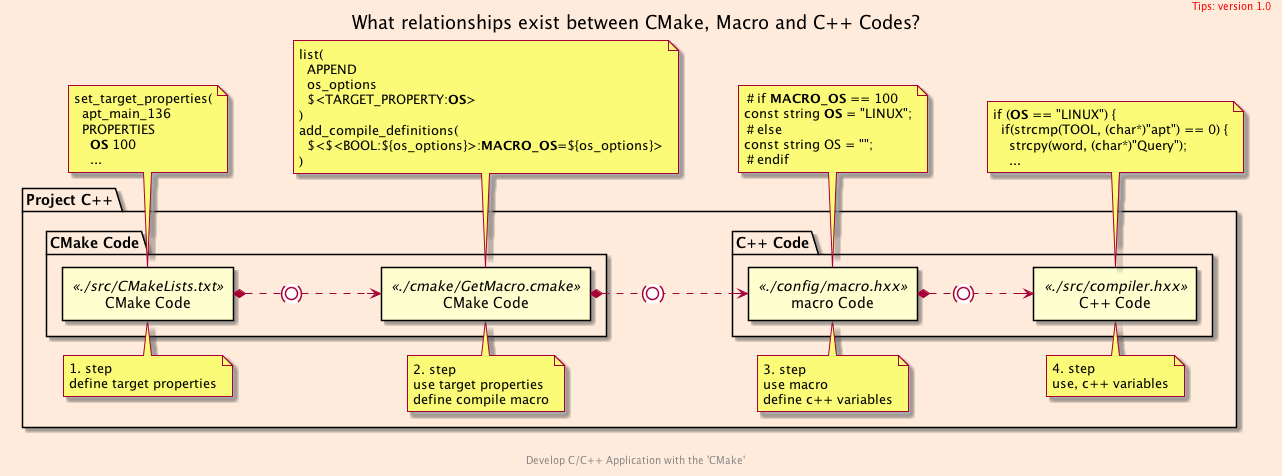
Above: docs/136/image/what.png in cnruby/w3h1_cmake (PlantUML), before the change. Its diagram source:
```plantuml
@startuml what
scale 800 width
skinparam backgroundColor #FFEBDC
scale 1

skinparam cloud {
  backgroundColor Olive
  borderColor orange
}

left to right direction
package "Project C++" as project {
  package "CMake Code" as cmake_project {
    rectangle "CMake Code" <<./src/CMakeLists.txt>> as cmake_set
    rectangle "CMake Code" <<./cmake/GetMacro.cmake>> as cmake_get
  }
  package "C++ Code" as cxx_project {
    rectangle "macro Code" <<./config/macro.hxx>> as macro_code
    rectangle "C++ Code" <<./src/compiler.hxx>> as cxx_code
  }

  note top of cmake_set
    1. step
    define target properties
  endnote

  note top of cmake_get
    2. step
    use target properties
    define compile macro
  endnote

  note top of macro_code
    3. step
    use macro
    define c++ variables
  endnote

  note top of cxx_code
    4. step
    use‚ c++ variables
  endnote
}

note bottom of cmake_set
  set_target_properties(
    apt_main_136
    PROPERTIES
      **OS** 100
      ...
endnote

note bottom of cmake_get
  list(
    APPEND
    os_options
    $<TARGET_PROPERTY:**OS**>
  )
  add_compile_definitions(
    $<$<BOOL:${os_options}>:**MACRO_OS**=${os_options}>
  )
endnote

note bottom of macro_code
  ＃if **MACRO_OS** == 100
  const string **OS** = "LINUX";
  ＃else
  const string OS = "";
  ＃endif
endnote

note bottom of cxx_code
    if (**OS** == "LINUX") {
      if(strcmp(TOOL, (char*)"apt") == 0) {
        strcpy(word, (char*)"Query");
        ...
endnote

cmake_set *.(0).> cmake_get
cmake_get *.(0).> macro_code
macro_code *.(0).> cxx_code


title
    What relationships exist between CMake, Macro and C++ Codes?
end title

header
<font color=red>Tips: version 1.0</font>
endheader

center footer Develop C/C++ Application with the 'CMake'

@enduml
```
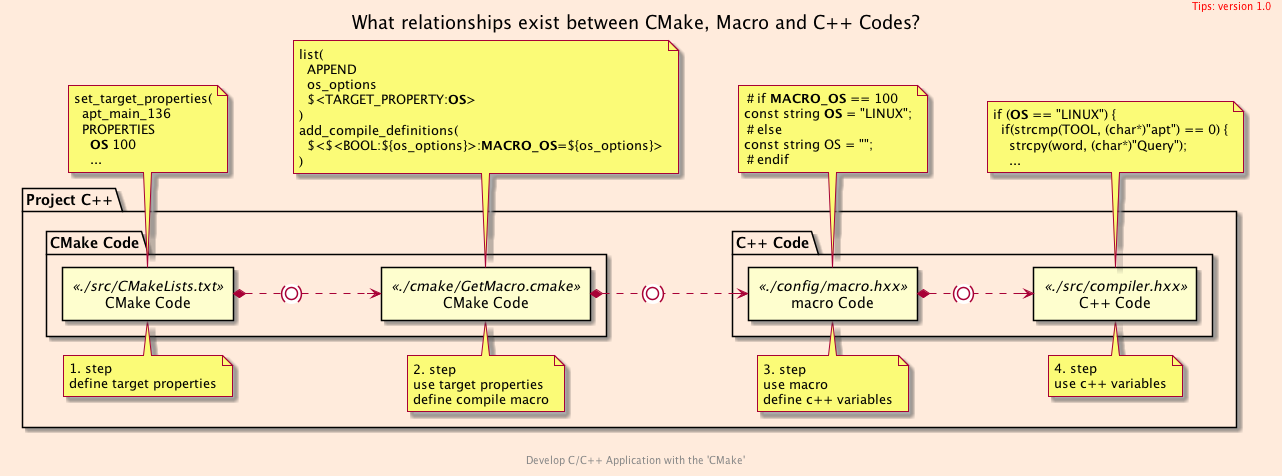
The same file after the commit.

Change to the diagram source:
```diff
@@ -38,7 +38,7 @@
 
   note top of cxx_code
     4. step
-    use‚ c++ variables
+    use c++ variables
   endnote
 }
 
```
